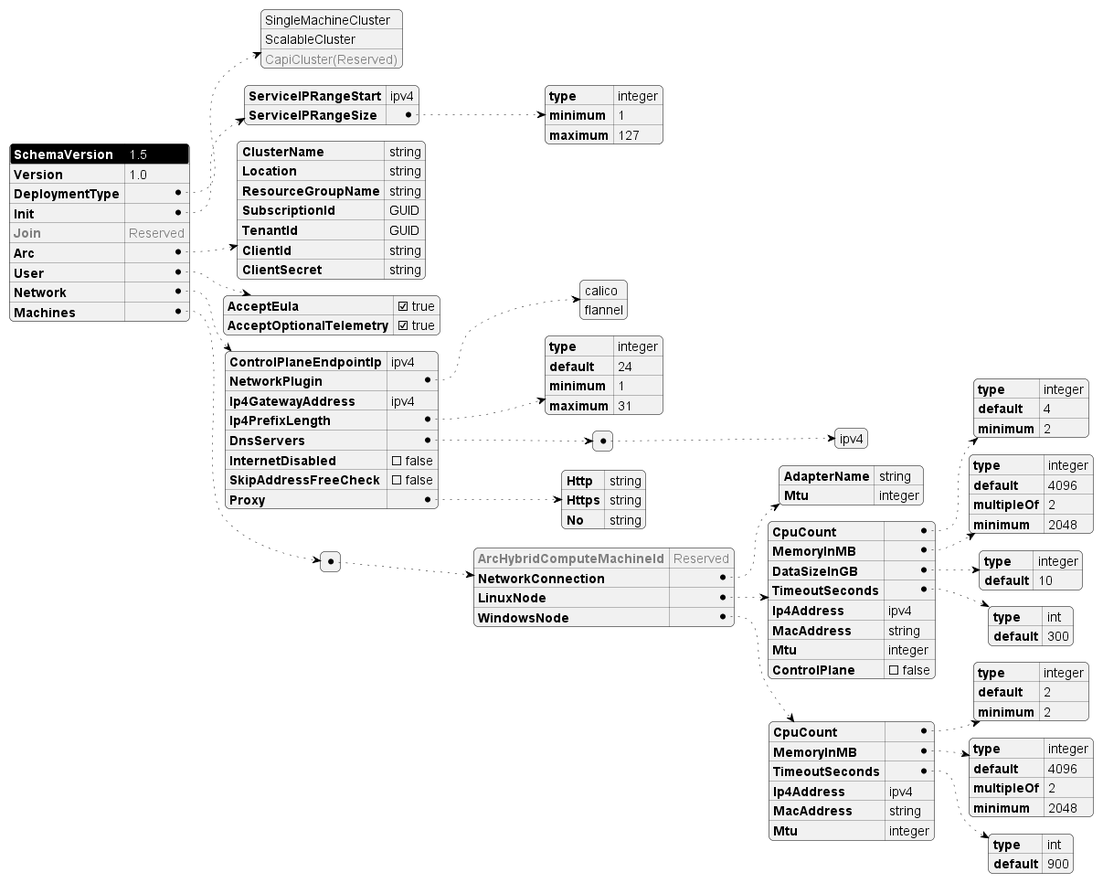
Before: tools/modules/AksEdgeDeploy/AksEdgeSchema.png, a diagram exported from PlantUML (Azure/AKS-Edge).
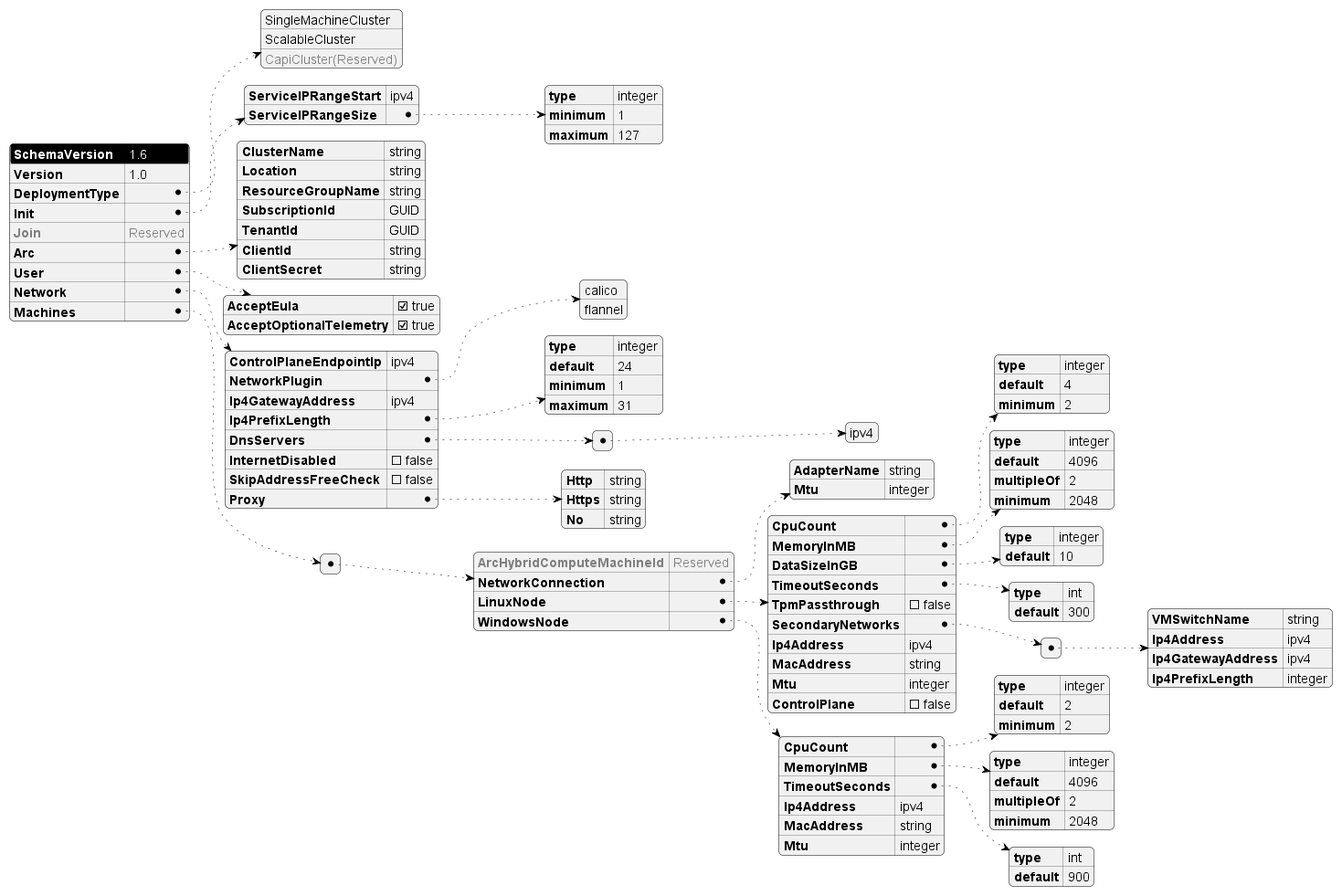
Above is the later version.

What changed in the source:
```diff
@@ -21,7 +21,7 @@
 </style>
 #highlight "SchemaVersion"
 {
-    "SchemaVersion": "1.5",
+    "SchemaVersion": "1.6",
     "Version": "1.0",
     "DeploymentType": [
             "SingleMachineCluster",
@@ -98,6 +98,15 @@
                 "type": "int",
                 "default": 300
             },
+            "TpmPassthrough": false,
+            "SecondaryNetworks": [
+                {
+                    "VMSwitchName" : "string",
+                    "Ip4Address": "ipv4",
+                    "Ip4GatewayAddress": "ipv4",
+                    "Ip4PrefixLength": "integer"
+                }
+            ],
             "Ip4Address": "ipv4",
             "MacAddress": "string",
             "Mtu": "integer",
```
